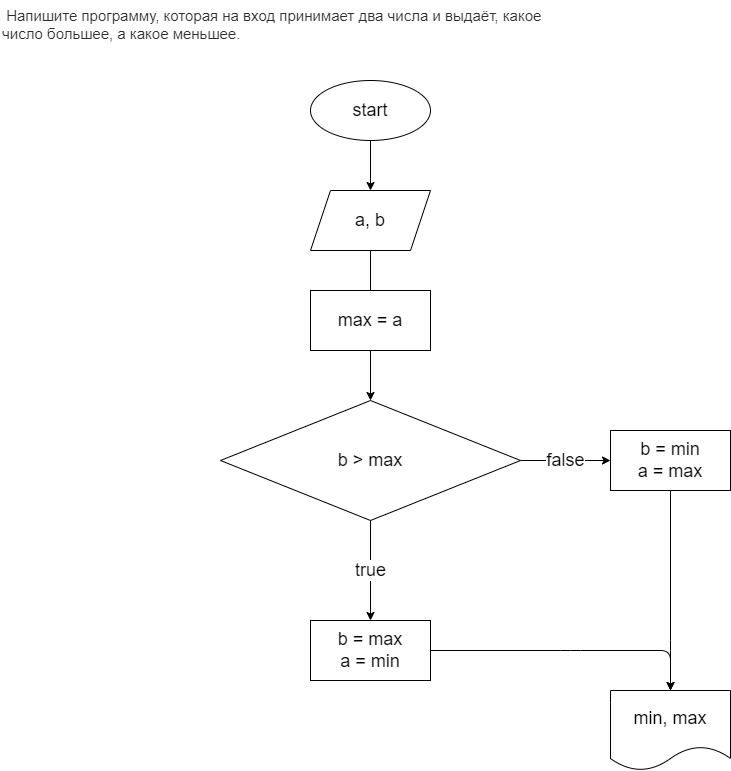
This is ex01/blok.drawio.png from ShrimpyKate/HomeWork1, a draw.io export, as it was before one commit. Source tidied: cells renumbered, new cells last; positions are measured from the earlier drawing's top-left corner, leaving out a move shared by most shapes.
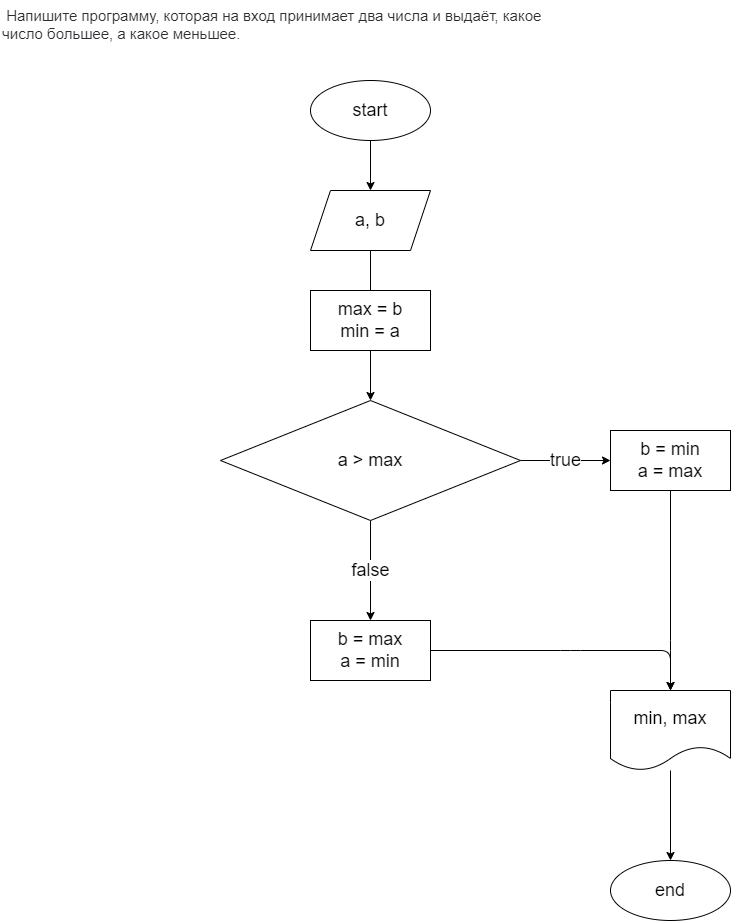
The same file after the commit.

Commit message:
улучшила программу ex01

What changed in the source:
```diff
@@ -22,16 +22,16 @@
     <mxCell id="7" style="edgeStyle=none;html=1;fontSize=18;" parent="1" edge="1" source="8" target="11">
       <mxGeometry relative="1" as="geometry" />
     </mxCell>
-    <mxCell id="8" value="max = a" style="whiteSpace=wrap;html=1;fontSize=18;" parent="1" vertex="1">
+    <mxCell id="8" value="max = b&lt;br&gt;min = a" style="whiteSpace=wrap;html=1;fontSize=18;" parent="1" vertex="1">
       <mxGeometry x="310" y="290" width="120" height="60" as="geometry" />
     </mxCell>
-    <mxCell id="9" value="true" style="edgeStyle=none;html=1;fontSize=18;" parent="1" edge="1" source="11" target="13">
+    <mxCell id="9" value="false" style="edgeStyle=none;html=1;fontSize=18;" parent="1" edge="1" source="11" target="13">
       <mxGeometry relative="1" as="geometry" />
     </mxCell>
-    <mxCell id="10" value="false" style="edgeStyle=none;html=1;fontSize=18;" parent="1" edge="1" source="11" target="15">
+    <mxCell id="10" value="true" style="edgeStyle=none;html=1;fontSize=18;" parent="1" edge="1" source="11" target="15">
       <mxGeometry relative="1" as="geometry" />
     </mxCell>
-    <mxCell id="11" value="b &amp;gt; max" style="rhombus;whiteSpace=wrap;html=1;fontSize=18;" parent="1" vertex="1">
+    <mxCell id="11" value="a &amp;gt; max" style="rhombus;whiteSpace=wrap;html=1;fontSize=18;" parent="1" vertex="1">
       <mxGeometry x="220" y="400" width="300" height="120" as="geometry" />
     </mxCell>
     <mxCell id="12" style="edgeStyle=none;html=1;entryX=0.5;entryY=0;entryDx=0;entryDy=0;fontSize=18;" parent="1" edge="1" source="13" target="16">
@@ -55,8 +55,14 @@
     <mxCell id="15" value="b = min&lt;br&gt;a = max" style="whiteSpace=wrap;html=1;fontSize=18;" parent="1" vertex="1">
       <mxGeometry x="610" y="430" width="120" height="60" as="geometry" />
     </mxCell>
+    <mxCell id="17" style="edgeStyle=none;html=1;fontSize=18;" parent="1" edge="1" source="16" target="18">
+      <mxGeometry relative="1" as="geometry" />
+    </mxCell>
     <mxCell id="16" value="min, max" style="shape=document;whiteSpace=wrap;html=1;boundedLbl=1;fontSize=18;" parent="1" vertex="1">
       <mxGeometry x="610" y="690" width="120" height="80" as="geometry" />
     </mxCell>
+    <mxCell id="18" value="end" style="ellipse;whiteSpace=wrap;html=1;fontSize=18;" parent="1" vertex="1">
+      <mxGeometry x="610" y="860" width="120" height="60" as="geometry" />
+    </mxCell>
   </root>
 </mxGraphModel>
```
